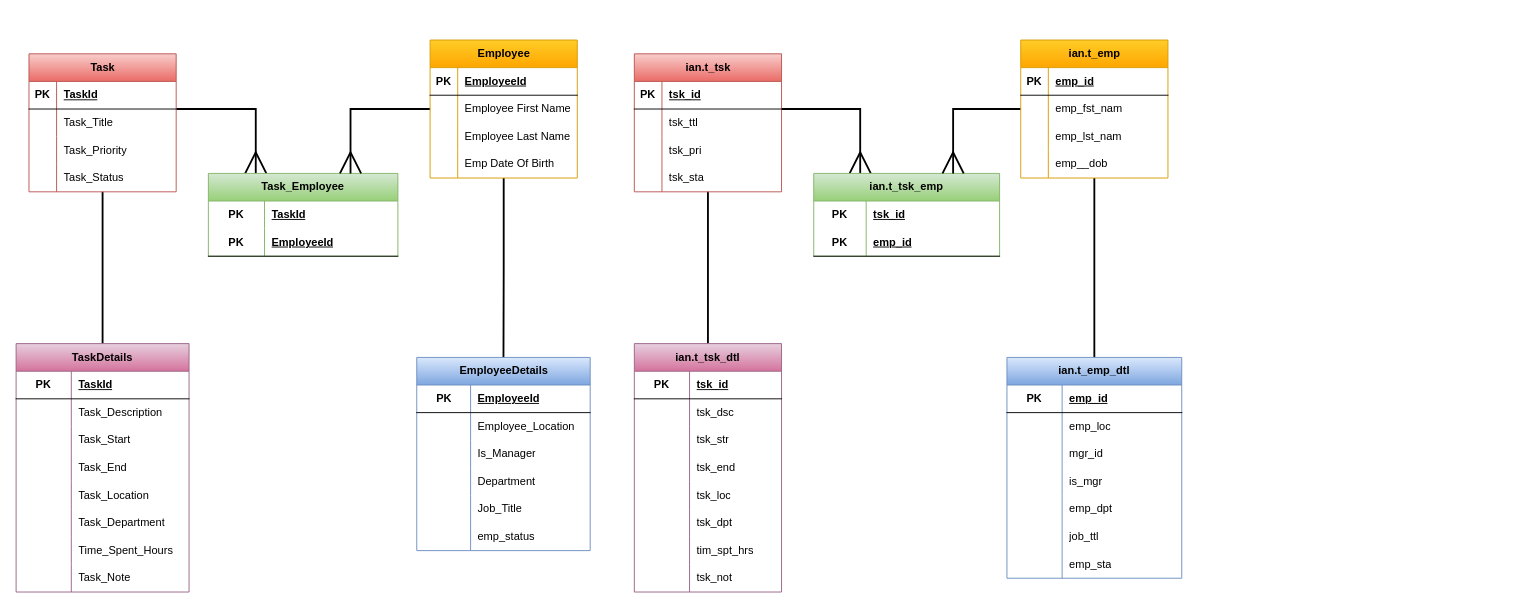
This is docs/rdb.drawio from Senyobrahhh/internal-task-management-db, a draw.io file, before an edit. Source tidied: cells renumbered, new cells numbered last; positions are measured from the earlier drawing's top-left corner, leaving out a move shared by most shapes. Both pictures are drawn from the tidied source at 92%, with x=0, y=0 at pixel (16, 40).
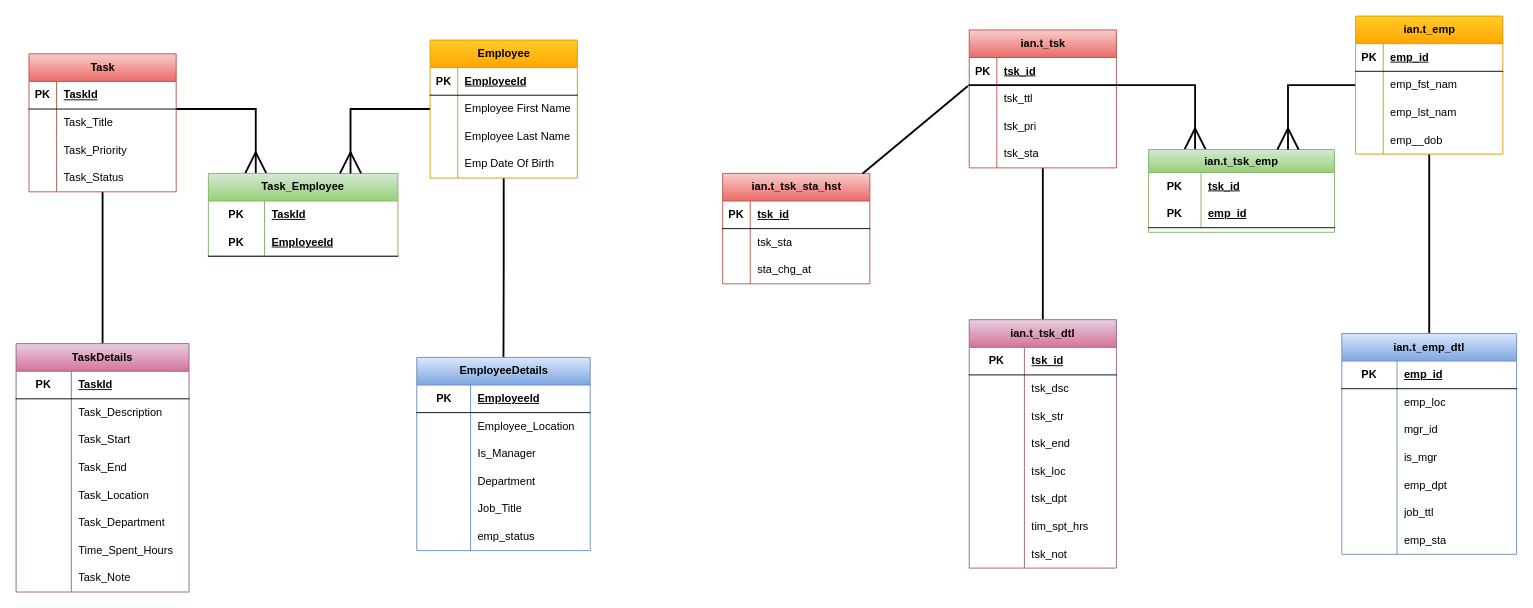
The same page after the edit.

The edit, as a diff of the source:
```diff
@@
     <mxCell id="84" style="edgeStyle=orthogonalEdgeStyle;rounded=0;jettySize=auto;html=1;entryX=0.25;entryY=0;entryDx=0;entryDy=0;defaultLabelBackgroundColor=page;endArrow=ERmany;endFill=0;strokeWidth=2;endSize=20;" parent="1" edge="1" source="85" target="98">
       <mxGeometry relative="1" as="geometry">
         <Array as="points">
-          <mxPoint x="918.3" y="75" />
+          <mxPoint x="1282.3" y="49" />
         </Array>
       </mxGeometry>
     </mxCell>
     <mxCell id="85" value="ian.t_tsk" style="shape=table;startSize=30;childLayout=tableLayout;rowLines=0;fontStyle=1;align=center;html=1;fillColor=#f8cecc;strokeColor=#b85450;gradientColor=#ea6b66;" parent="1" vertex="1">
-      <mxGeometry x="672" y="15" width="160" height="150" as="geometry" />
+      <mxGeometry x="1036" y="-11" width="160" height="150" as="geometry" />
     </mxCell>
-    <mxCell id="86" style="shape=tableRow;horizontal=0;startSize=0;swimlaneHead=0;swimlaneBody=0;fillColor=none;points=[[0,0.5],[1,0.5]];portConstraint=eastwest;top=0;left=0;right=0;bottom=1;" parent="85" vertex="1">
+    <mxCell id="86" style="shape=tableRow;horizontal=0;startSize=0;swimlaneHead=0;swimlaneBody=0;fillColor=none;points=[[0,0.5],[1,0.5]];portConstraint=eastwest;top=0;left=0;right=0;bottom=1;strokeWidth=2;" parent="85" vertex="1">
       <mxGeometry y="30" width="160" height="30" as="geometry" />
     </mxCell>
@@
-    <mxCell id="98" value="ian.t_tsk_emp" style="shape=table;startSize=30;childLayout=tableLayout;rowLines=0;fontStyle=1;align=center;html=1;whiteSpace=wrap;fillColor=#d5e8d4;strokeColor=#82b366;gradientColor=#97d077;" parent="1" vertex="1">
-      <mxGeometry x="867" y="145" width="202" height="90" as="geometry" />
+    <mxCell id="98" value="ian.t_tsk_emp" style="shape=table;startSize=25;childLayout=tableLayout;rowLines=0;fontStyle=1;align=center;html=1;whiteSpace=wrap;fillColor=#d5e8d4;strokeColor=#82b366;gradientColor=#97d077;" parent="1" vertex="1">
+      <mxGeometry x="1231" y="119" width="202" height="90" as="geometry" />
     </mxCell>
     <mxCell id="99" style="shape=tableRow;horizontal=0;startSize=0;swimlaneHead=0;swimlaneBody=0;fillColor=none;top=0;left=0;right=0;bottom=0;html=1;" parent="98" vertex="1">
-      <mxGeometry y="30" width="202" height="30" as="geometry" />
+      <mxGeometry y="25" width="202" height="30" as="geometry" />
     </mxCell>
@@
     <mxCell id="102" style="shape=tableRow;horizontal=0;startSize=0;swimlaneHead=0;swimlaneBody=0;fillColor=none;top=0;left=0;right=0;bottom=1;html=1;" parent="98" vertex="1">
-      <mxGeometry y="60" width="202" height="30" as="geometry" />
+      <mxGeometry y="55" width="202" height="30" as="geometry" />
     </mxCell>
@@
     <mxCell id="107" value="ian.t_emp" style="shape=table;startSize=30;childLayout=tableLayout;rowLines=0;fontStyle=1;align=center;html=1;fillColor=#ffcd28;strokeColor=#d79b00;gradientColor=#ffa500;" parent="1" vertex="1">
-      <mxGeometry x="1092" width="160" height="150" as="geometry" />
+      <mxGeometry x="1456" y="-26" width="160" height="150" as="geometry" />
     </mxCell>
@@
     <mxCell id="120" value="ian.t_tsk_dtl" style="shape=table;startSize=30;childLayout=tableLayout;rowLines=0;fontStyle=1;align=center;html=1;whiteSpace=wrap;fillColor=#e6d0de;strokeColor=#996185;gradientColor=#d5739d;" parent="1" vertex="1">
-      <mxGeometry x="672" y="330" width="160" height="270" as="geometry" />
+      <mxGeometry x="1036" y="304" width="160" height="270" as="geometry" />
     </mxCell>
@@
     <mxCell id="145" value="ian.t_emp_dtl" style="shape=table;startSize=30;childLayout=tableLayout;rowLines=0;fontStyle=1;align=center;html=1;whiteSpace=wrap;fillColor=#dae8fc;gradientColor=#7ea6e0;strokeColor=#6c8ebf;" parent="1" vertex="1">
-      <mxGeometry x="1077" y="345" width="190" height="240" as="geometry" />
+      <mxGeometry x="1441" y="319" width="190" height="240" as="geometry" />
     </mxCell>
@@
+    <mxCell id="167" value="ian.t_tsk_sta_hst" style="shape=table;startSize=30;childLayout=tableLayout;rowLines=0;fontStyle=1;align=center;html=1;fillColor=#f8cecc;strokeColor=#b85450;gradientColor=#ea6b66;" parent="1" vertex="1">
+      <mxGeometry x="768" y="145" width="160" height="120" as="geometry" />
+    </mxCell>
+    <mxCell id="168" style="shape=tableRow;horizontal=0;startSize=0;swimlaneHead=0;swimlaneBody=0;fillColor=none;top=0;left=0;right=0;bottom=1;" parent="167" vertex="1">
+      <mxGeometry y="30" width="160" height="30" as="geometry" />
+    </mxCell>
+    <mxCell id="169" value="PK" style="shape=partialRectangle;fillColor=none;top=0;left=0;bottom=0;right=0;fontStyle=1;overflow=hidden;whiteSpace=wrap;html=1;" parent="168" vertex="1">
+      <mxGeometry width="30" height="30" as="geometry" />
+    </mxCell>
+    <mxCell id="170" value="tsk_id" style="shape=partialRectangle;fillColor=none;top=0;left=0;bottom=0;right=0;align=left;spacingLeft=6;fontStyle=5;overflow=hidden;whiteSpace=wrap;html=1;" parent="168" vertex="1">
+      <mxGeometry x="30" width="130" height="30" as="geometry" />
+    </mxCell>
+    <mxCell id="171" style="shape=tableRow;horizontal=0;startSize=0;swimlaneHead=0;swimlaneBody=0;fillColor=none;top=0;left=0;right=0;bottom=0;" parent="167" vertex="1">
+      <mxGeometry y="60" width="160" height="30" as="geometry" />
+    </mxCell>
+    <mxCell id="172" style="shape=partialRectangle;fillColor=none;top=0;left=0;bottom=0;right=0;overflow=hidden;whiteSpace=wrap;html=1;" parent="171" vertex="1">
+      <mxGeometry width="30" height="30" as="geometry" />
+    </mxCell>
+    <mxCell id="173" value="tsk_sta" style="shape=partialRectangle;fillColor=none;top=0;left=0;bottom=0;right=0;align=left;spacingLeft=6;overflow=hidden;whiteSpace=wrap;html=1;" parent="171" vertex="1">
+      <mxGeometry x="30" width="130" height="30" as="geometry" />
+    </mxCell>
+    <mxCell id="174" style="shape=tableRow;horizontal=0;startSize=0;swimlaneHead=0;swimlaneBody=0;fillColor=none;top=0;left=0;right=0;bottom=0;" parent="167" vertex="1">
+      <mxGeometry y="90" width="160" height="30" as="geometry" />
+    </mxCell>
+    <mxCell id="175" style="shape=partialRectangle;fillColor=none;top=0;left=0;bottom=0;right=0;overflow=hidden;whiteSpace=wrap;html=1;" parent="174" vertex="1">
+      <mxGeometry width="30" height="30" as="geometry" />
+    </mxCell>
+    <mxCell id="176" value="sta_chg_at" style="shape=partialRectangle;fillColor=none;top=0;left=0;bottom=0;right=0;align=left;spacingLeft=6;overflow=hidden;whiteSpace=wrap;html=1;" parent="174" vertex="1">
+      <mxGeometry x="30" width="130" height="30" as="geometry" />
+    </mxCell>
+    <mxCell id="177" style="edgeStyle=none;curved=1;rounded=0;curveGeometry=1;jettySize=auto;html=1;exitX=-0.009;exitY=1.033;exitDx=0;exitDy=0;fontSize=12;defaultLabelBackgroundColor=page;startSize=8;endSize=8;exitPerimeter=0;strokeWidth=2;endArrow=none;endFill=0;" parent="1" edge="1" source="86" target="167">
+      <mxGeometry relative="1" as="geometry" />
+    </mxCell>
```
